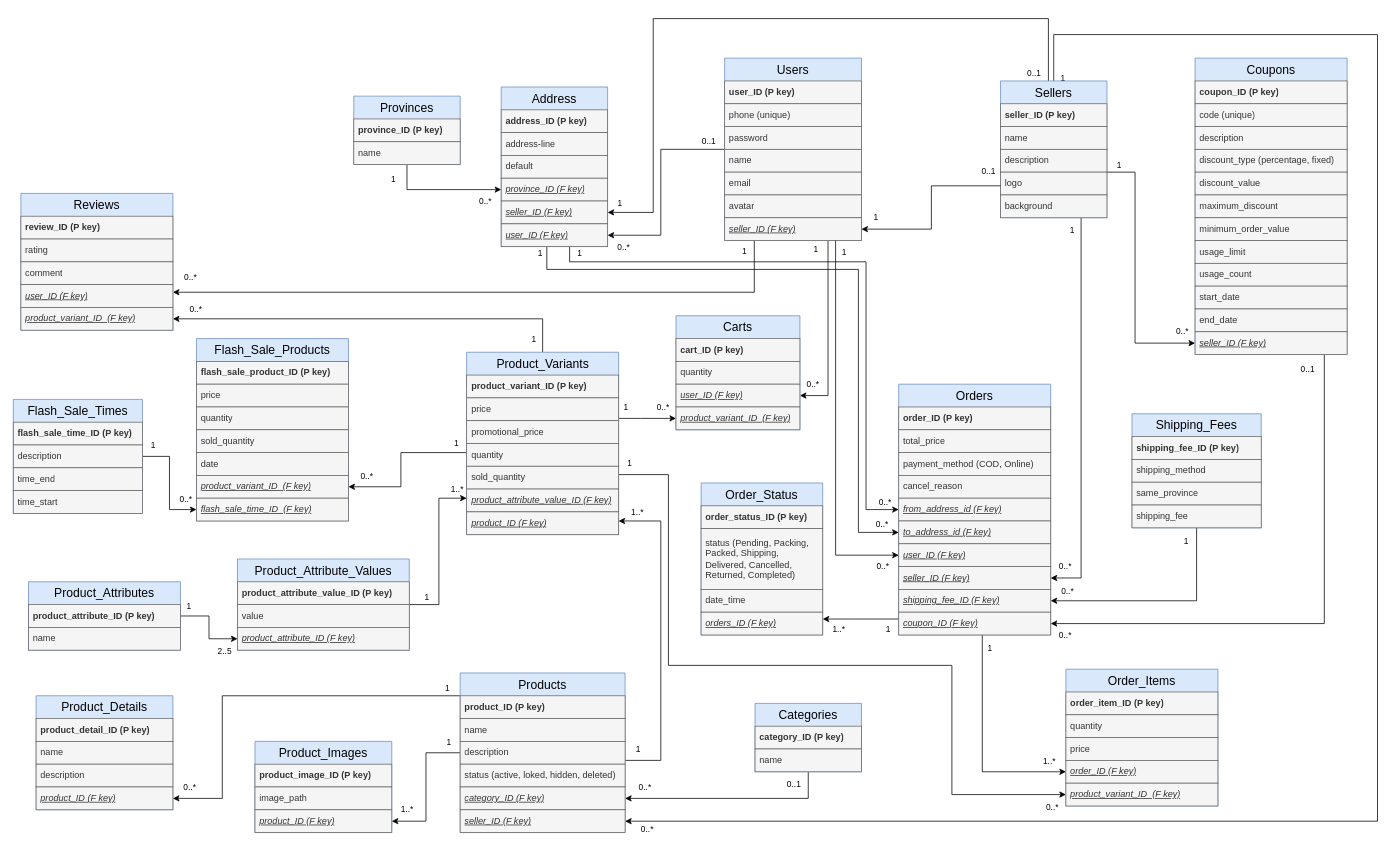
thanhba0505/shoplands keeps this draw.io diagram as document/database.drawio. Above is the earlier version. Source tidied: cells renumbered, new cells numbered last; positions are measured from the earlier drawing's top-left corner, leaving out a move shared by most shapes. Both pictures are drawn from the tidied source at 76%, with x=0, y=0 at pixel (13, 18).
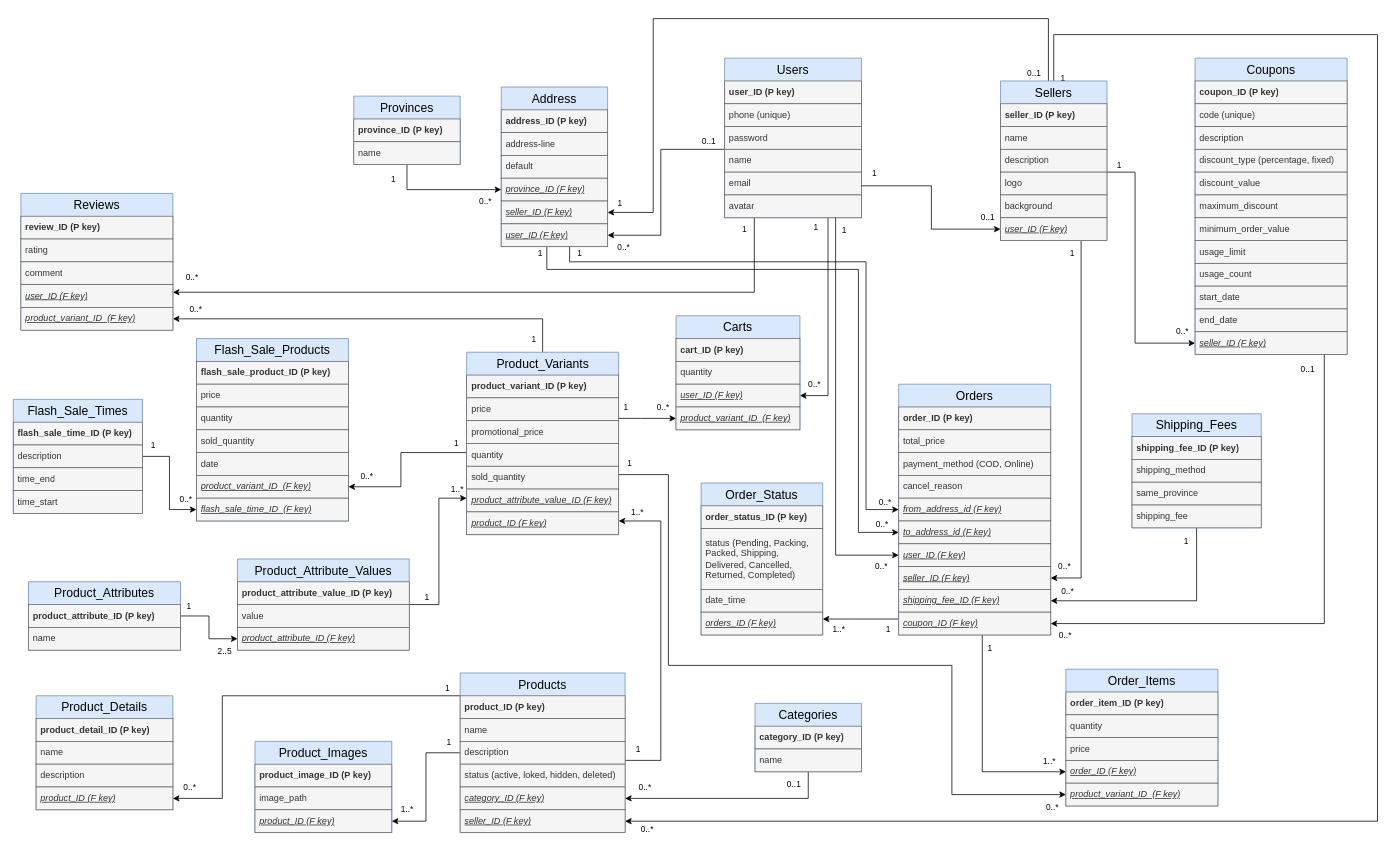
Above is the later version.

The edit, as a diff of the source:
```diff
@@
     <mxCell id="11" value="Users" style="swimlane;fontStyle=0;horizontal=1;startSize=30;whiteSpace=wrap;html=1;fillColor=#dae8fc;strokeColor=#6c8ebf;fontSize=16;swimlaneLine=0;" parent="1" vertex="1">
-      <mxGeometry x="936" y="52" width="180" height="240" as="geometry" />
+      <mxGeometry x="936" y="52" width="180" height="210" as="geometry" />
     </mxCell>
@@
-    <mxCell id="18" value="seller_ID (F key)" style="text;strokeColor=#666666;fillColor=#f5f5f5;align=left;verticalAlign=middle;spacingLeft=4;spacingRight=4;overflow=hidden;points=[[0,0.5],[1,0.5]];portConstraint=eastwest;whiteSpace=wrap;html=1;fontColor=#333333;fontStyle=6;swimlaneLine=0;" parent="11" vertex="1">
-      <mxGeometry y="210" width="180" height="30" as="geometry" />
-    </mxCell>
@@
     <mxCell id="31" value="Sellers" style="swimlane;fontStyle=0;horizontal=1;startSize=30;whiteSpace=wrap;html=1;fillColor=#dae8fc;strokeColor=#6c8ebf;fontSize=16;swimlaneLine=0;" parent="1" vertex="1">
-      <mxGeometry x="1299" y="82" width="140" height="180" as="geometry" />
+      <mxGeometry x="1299" y="82" width="140" height="210" as="geometry" />
     </mxCell>
@@
+    <mxCell id="18" value="user_ID (F key)" style="text;strokeColor=#666666;fillColor=#f5f5f5;align=left;verticalAlign=middle;spacingLeft=4;spacingRight=4;overflow=hidden;points=[[0,0.5],[1,0.5]];portConstraint=eastwest;whiteSpace=wrap;html=1;fontColor=#333333;fontStyle=6;swimlaneLine=0;" parent="31" vertex="1">
+      <mxGeometry y="180" width="140" height="30" as="geometry" />
+    </mxCell>
@@
-    <mxCell id="202" style="edgeStyle=orthogonalEdgeStyle;rounded=0;jettySize=auto;html=1;fontFamily=Helvetica;fontSize=12;fontColor=default;fontStyle=0;swimlaneLine=0;" parent="1" edge="1" source="31" target="18">
+    <mxCell id="202" style="edgeStyle=orthogonalEdgeStyle;rounded=0;jettySize=auto;html=1;fontFamily=Helvetica;fontSize=12;fontColor=default;fontStyle=0;swimlaneLine=0;" parent="1" edge="1" source="11" target="18">
       <mxGeometry relative="1" as="geometry">
         <Array as="points">
           <mxPoint x="1208" y="220" />
           <mxPoint x="1208" y="277" />
         </Array>
       </mxGeometry>
     </mxCell>
-    <mxCell id="203" value="0..1" style="edgeLabel;html=1;align=center;verticalAlign=middle;" parent="202" vertex="1">
+    <mxCell id="203" value="1" style="edgeLabel;html=1;align=center;verticalAlign=middle;" parent="202" vertex="1">
       <mxGeometry x="-0.91" y="-1" relative="1" as="geometry">
-        <mxPoint x="-6" y="-19" as="offset" />
+        <mxPoint x="5" y="-19" as="offset" />
       </mxGeometry>
     </mxCell>
-    <mxCell id="204" value="1" style="edgeLabel;html=1;align=center;verticalAlign=middle;" parent="202" vertex="1">
+    <mxCell id="204" value="0..1" style="edgeLabel;html=1;align=center;verticalAlign=middle;" parent="202" vertex="1">
       <mxGeometry x="0.85" relative="1" as="geometry">
         <mxPoint y="-17" as="offset" />
       </mxGeometry>
     </mxCell>
```
